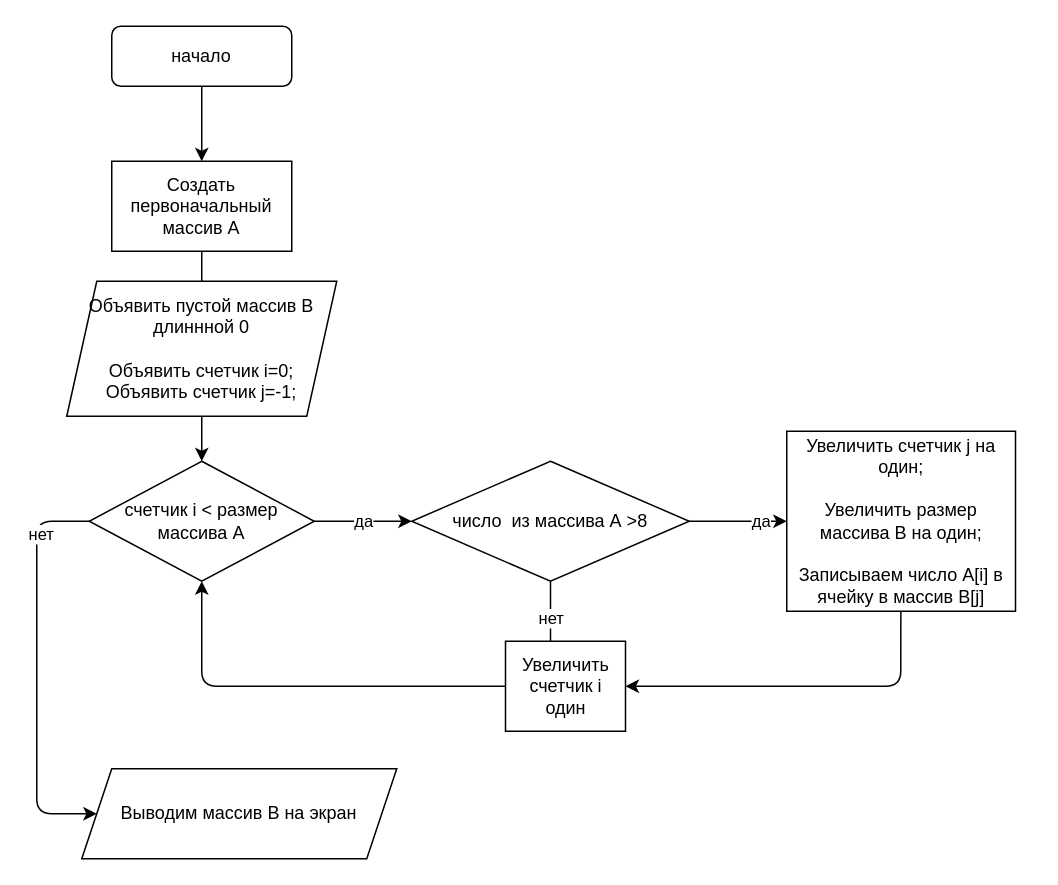
Above: .drawio in EvgeniaKolontai/Final-Task (draw.io), before the change. Source tidied: cells renumbered, new cells numbered last; positions are measured from the earlier drawing's top-left corner, leaving out a move shared by most shapes. Both pictures are drawn from the tidied source at 150%, with x=0, y=0 at pixel (36, 26).
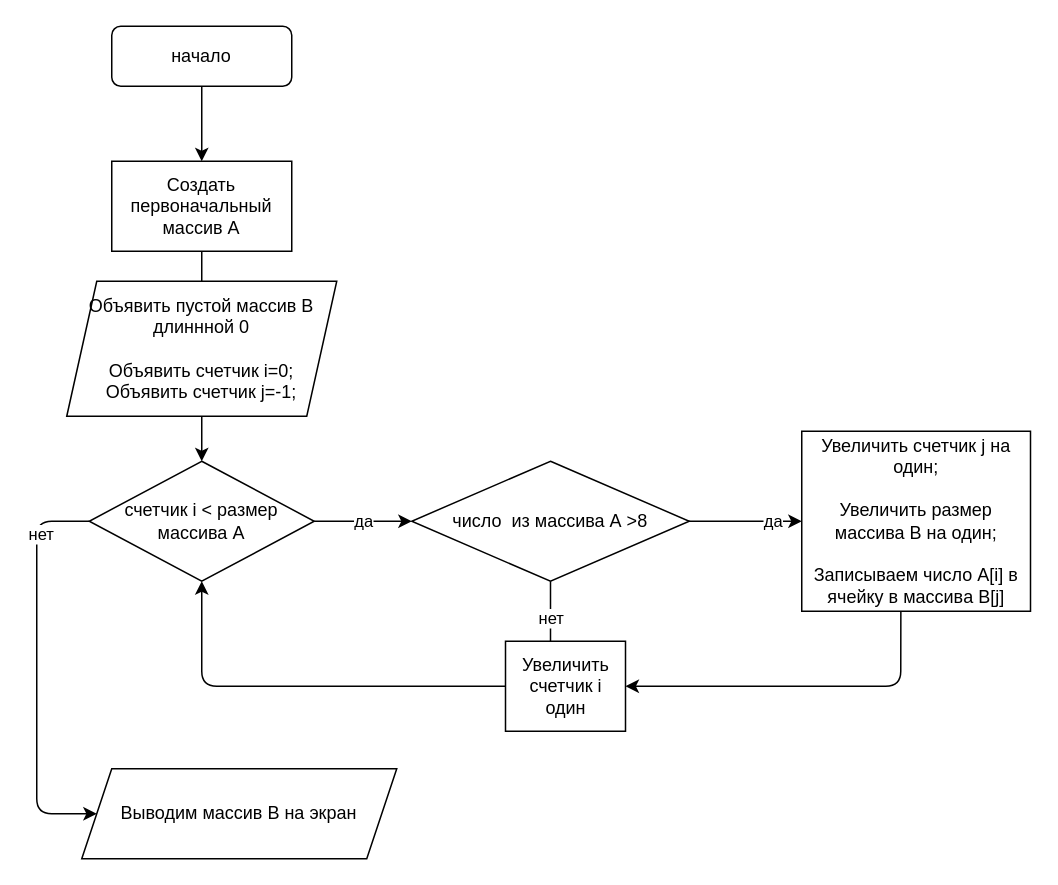
After the change.

What changed in the source:
```diff
@@
-    <mxCell id="14" value="Увеличить счетчик j на один;&lt;br&gt;&lt;br&gt;Увеличить размер массива В на один;&lt;br&gt;&lt;br&gt;Записываем число A[i] в ячейку в массив В[j]&lt;br&gt;" style="whiteSpace=wrap;html=1;" parent="1" vertex="1">
-      <mxGeometry x="500" y="270" width="152.5" height="120" as="geometry" />
+    <mxCell id="14" value="Увеличить счетчик j на один;&lt;br&gt;&lt;br&gt;Увеличить размер массива В на один;&lt;br&gt;&lt;br&gt;Записываем число A[i] в ячейку в массивa В[j]" style="whiteSpace=wrap;html=1;" parent="1" vertex="1">
+      <mxGeometry x="510" y="270" width="152.5" height="120" as="geometry" />
     </mxCell>
```
